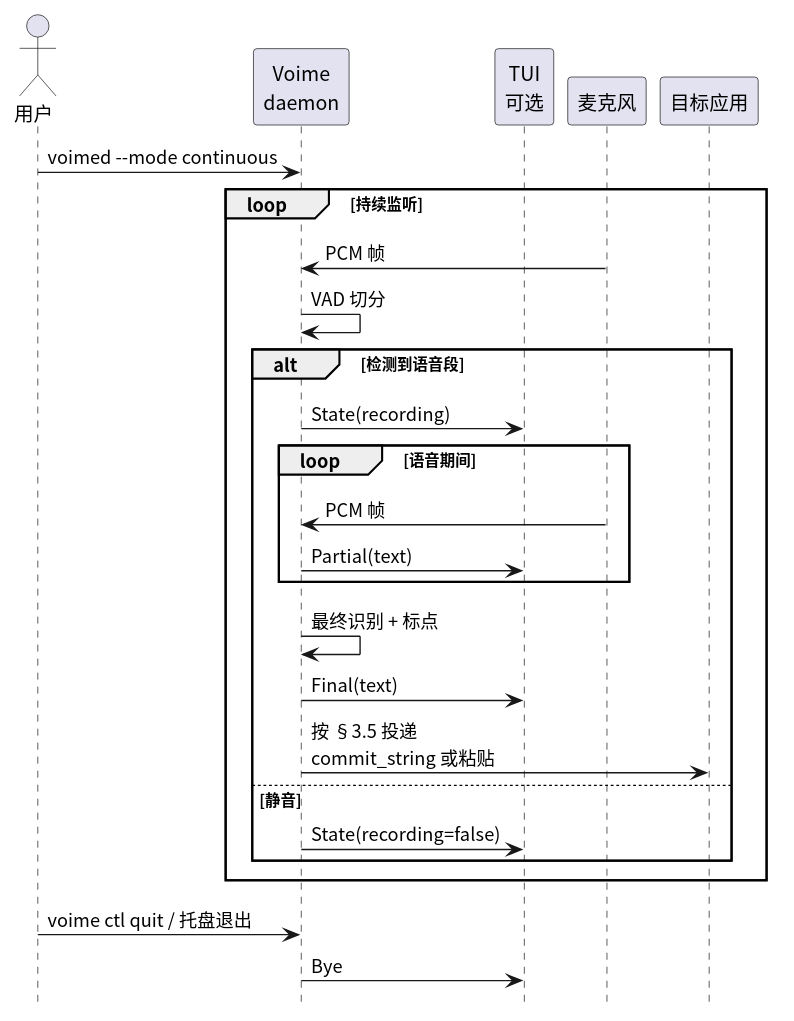
This is diagram/seq-continuous.svg from 54m43lJ/voime, a PlantUML export, as it was before one commit.
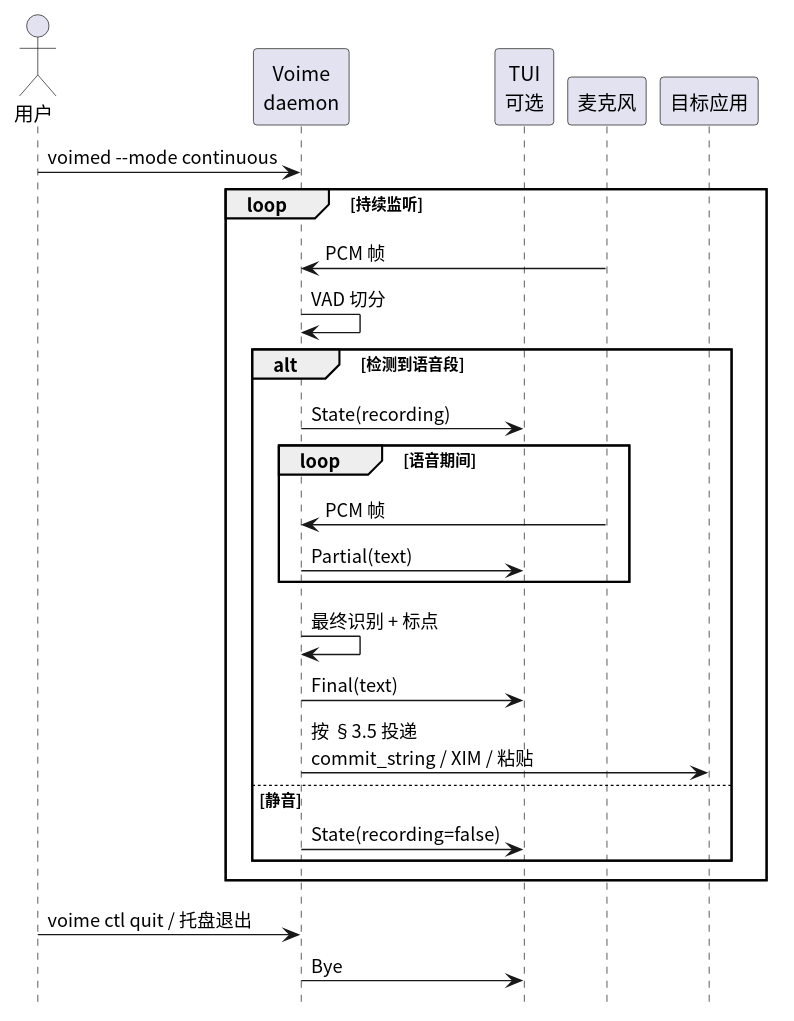
After the commit.

What changed in the source:
```diff
@@ -21,7 +21,7 @@
     end
     Voime -> Voime : 最终识别 + 标点
     Voime -> Tui : Final(text)
-    Voime -> App : 按 §3.5 投递\ncommit_string 或粘贴
+    Voime -> App : 按 §3.5 投递\ncommit_string / XIM / 粘贴
   else 静音
     Voime -> Tui : State(recording=false)
   end
```
